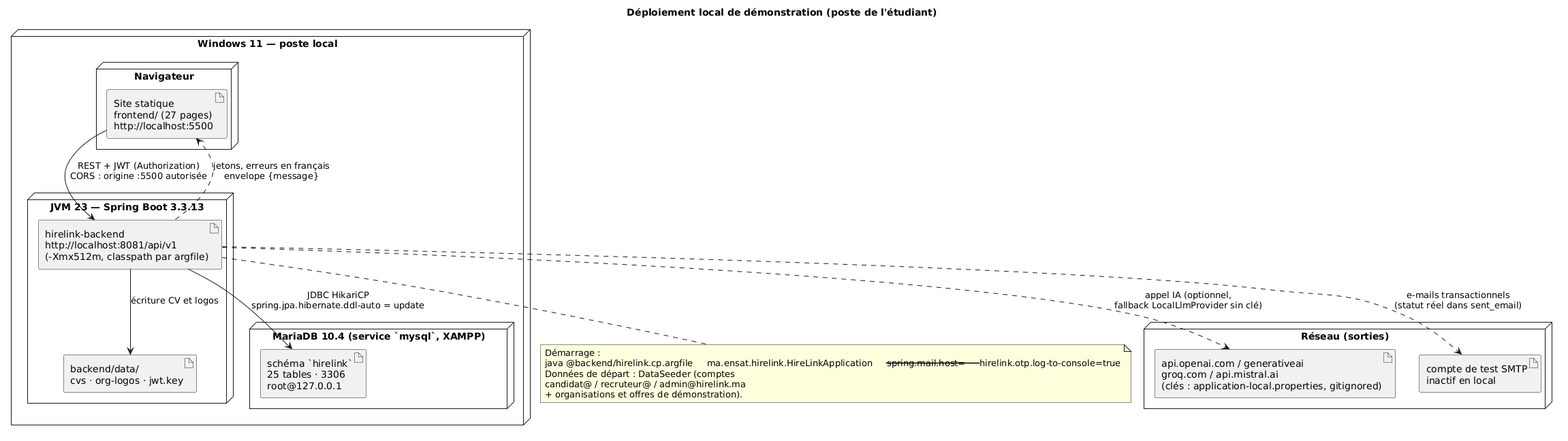
This is docs/diagrammes/v5/08_deploiement.png from anadouae/HireLink, a PlantUML export, as it was before one commit. Source of this version:
```plantuml
@startuml
title Déploiement local de démonstration (poste de l'étudiant)

node "Windows 11 — poste local" {
  node "Navigateur" {
    artifact "Site statique\nfrontend/ (27 pages)\nhttp://localhost:5500" as FRONT
  }
  node "JVM 23 — Spring Boot 3.3.13" {
    artifact "hirelink-backend\nhttp://localhost:8081/api/v1\n(-Xmx512m, classpath par argfile)" as BACK
    artifact "backend/data/\ncvs · org-logos · jwt.key" as DATA
  }
  node "MariaDB 10.4 (service `mysql`, XAMPP)" {
    artifact "schéma `hirelink`\n25 tables · 3306\nroot@127.0.0.1" as SQL
  }
}

node "Réseau (sorties)" {
  artifact "api.openai.com / generativeai\ngroq.com / api.mistral.ai\n(clés : application-local.properties, gitignored)" as LLMS
  artifact "compte de test SMTP\ninactif en local" as SMTPX
}

FRONT --> BACK : REST + JWT (Authorization)\nCORS : origine :5500 autorisée
BACK --> SQL : JDBC HikariCP\nspring.jpa.hibernate.ddl-auto = update
BACK --> DATA : écriture CV et logos
BACK ..> LLMS : appel IA (optionnel,\nfallback LocalLlmProvider sin clé)
BACK ..> SMTPX : e-mails transactionnels\n(statut réel dans sent_email)
BACK ..> FRONT : jetons, erreurs en français\nenvelope {message}

note bottom of BACK
  Démarrage :
  java @backend/hirelink.cp.argfile     ma.ensat.hirelink.HireLinkApplication     --spring.mail.host=     --hirelink.otp.log-to-console=true
  Données de départ : DataSeeder (comptes
  candidat@ / recruteur@ / admin@hirelink.ma
  + organisations et offres de démonstration).
end note
@enduml
```
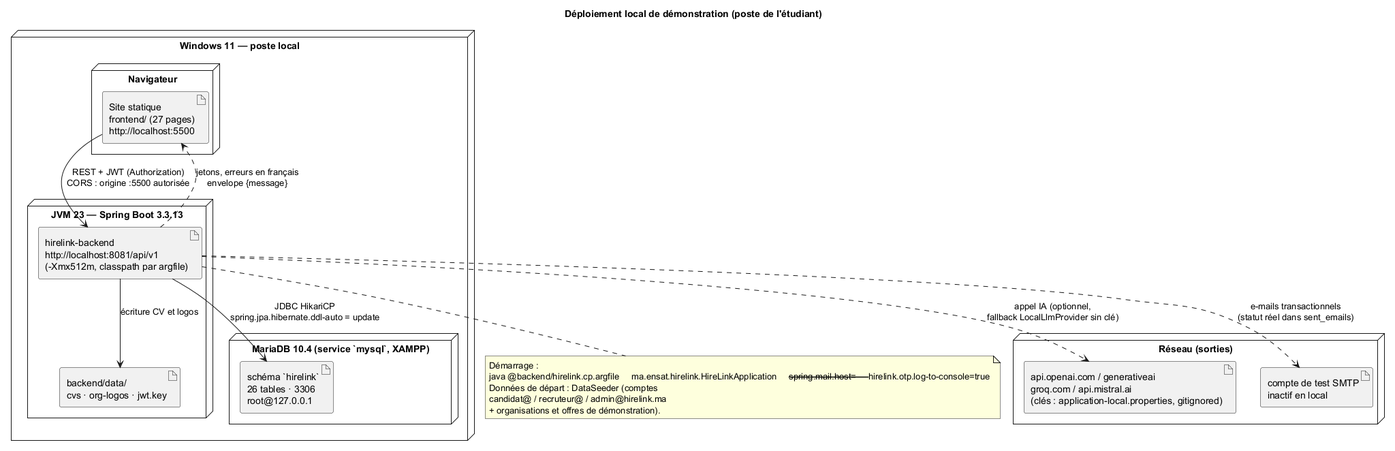
After the change.

Diff of the diagram source:
```diff
@@ -1,4 +1,4 @@
-@startuml
+@startuml deploiement_hirelink_v5
 title Déploiement local de démonstration (poste de l'étudiant)
 
 node "Windows 11 — poste local" {
@@ -10,7 +10,7 @@
     artifact "backend/data/\ncvs · org-logos · jwt.key" as DATA
   }
   node "MariaDB 10.4 (service `mysql`, XAMPP)" {
-    artifact "schéma `hirelink`\n25 tables · 3306\nroot@127.0.0.1" as SQL
+    artifact "schéma `hirelink`\n26 tables · 3306\nroot@127.0.0.1" as SQL
   }
 }
 
@@ -23,7 +23,7 @@
 BACK --> SQL : JDBC HikariCP\nspring.jpa.hibernate.ddl-auto = update
 BACK --> DATA : écriture CV et logos
 BACK ..> LLMS : appel IA (optionnel,\nfallback LocalLlmProvider sin clé)
-BACK ..> SMTPX : e-mails transactionnels\n(statut réel dans sent_email)
+BACK ..> SMTPX : e-mails transactionnels\n(statut réel dans sent_emails)
 BACK ..> FRONT : jetons, erreurs en français\nenvelope {message}
 
 note bottom of BACK
```
